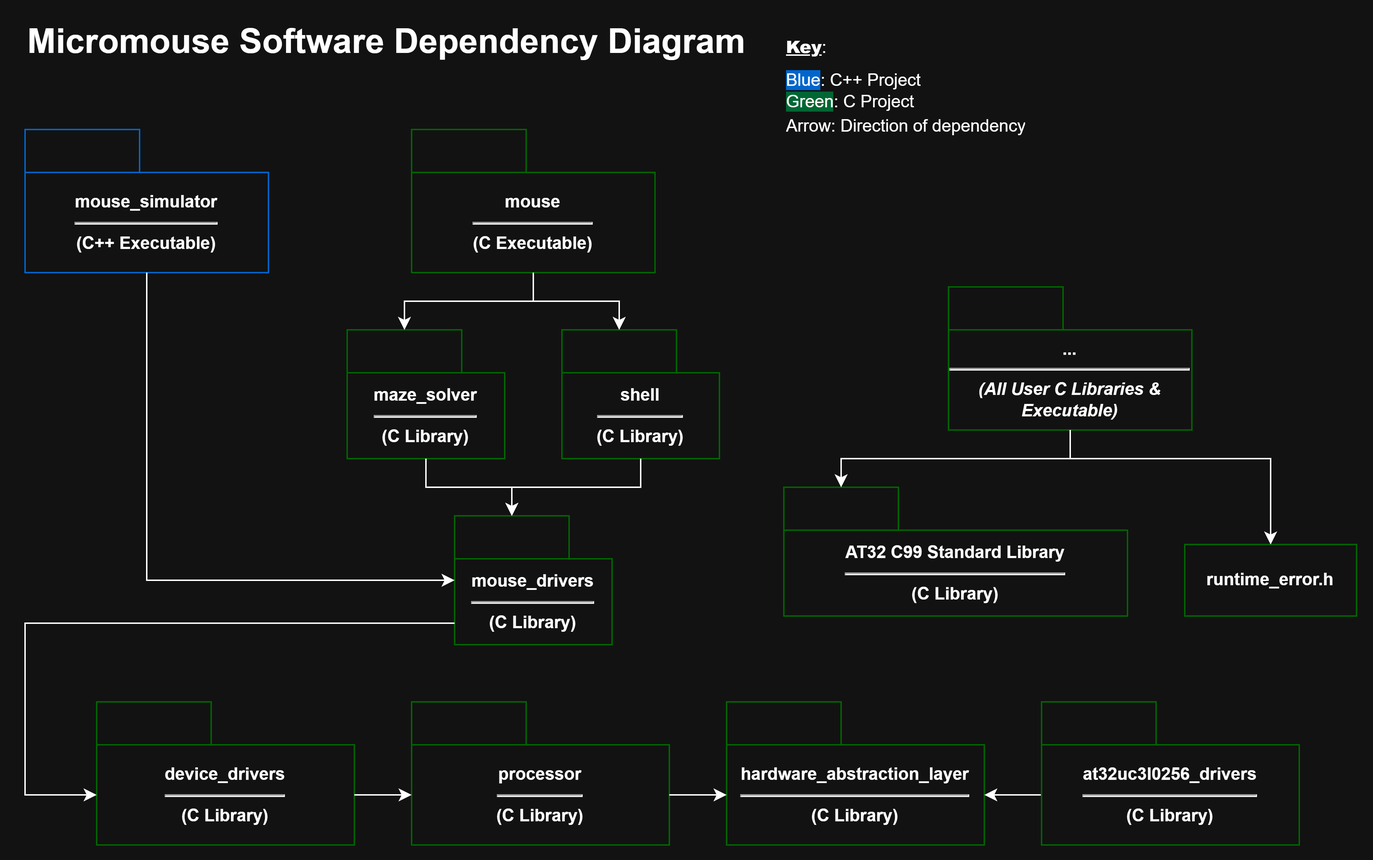
The draw.io diagram software-architecture/_images/software-architecture.drawio.png in Mouse-Unit-07/sketches, before a commit. Source tidied: cells renumbered, new cells last; positions are measured from the earlier drawing's top-left corner, leaving out a move shared by most shapes.
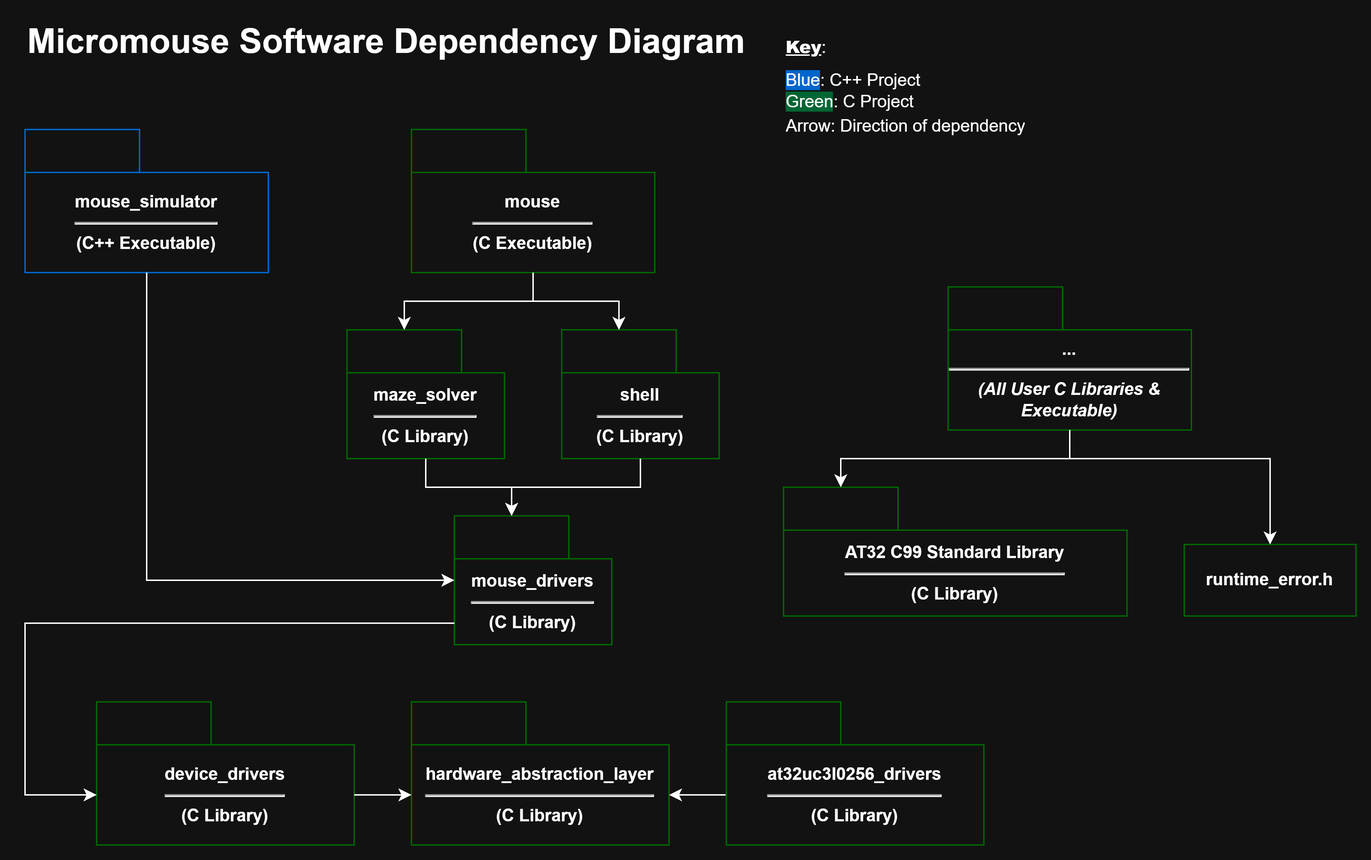
Above is the later version.

Commit message:
docs: remove initialization glue and processor layer in software architecture

Diff of the diagram source:
```diff
@@ -6,7 +6,7 @@
       <mxGeometry x="50" y="480" width="180" height="100" as="geometry" />
     </mxCell>
     <mxCell id="3" value="&lt;div&gt;hardware_abstraction_layer&lt;/div&gt;&lt;div&gt;&lt;hr&gt;&lt;/div&gt;&lt;div&gt;(C Library)&lt;/div&gt;" style="shape=folder;fontStyle=1;tabWidth=80;tabHeight=30;tabPosition=left;html=1;boundedLbl=1;whiteSpace=wrap;strokeColor=#006600;" parent="1" vertex="1">
-      <mxGeometry x="490" y="480" width="180" height="100" as="geometry" />
+      <mxGeometry x="270" y="480" width="180" height="100" as="geometry" />
     </mxCell>
     <mxCell id="4" value="&lt;div&gt;mouse_drivers&lt;/div&gt;&lt;div&gt;&lt;hr&gt;&lt;/div&gt;&lt;div&gt;(C Library)&lt;/div&gt;" style="shape=folder;fontStyle=1;tabWidth=80;tabHeight=30;tabPosition=left;html=1;boundedLbl=1;whiteSpace=wrap;strokeColor=#006600;" parent="1" vertex="1">
       <mxGeometry x="300" y="350" width="110" height="90" as="geometry" />
@@ -24,7 +24,7 @@
       <mxGeometry relative="1" as="geometry" />
     </mxCell>
     <mxCell id="9" value="&lt;div&gt;at32uc3l0256_drivers&lt;/div&gt;&lt;div&gt;&lt;hr&gt;&lt;/div&gt;&lt;div&gt;(C Library)&lt;/div&gt;" style="shape=folder;fontStyle=1;tabWidth=80;tabHeight=30;tabPosition=left;html=1;boundedLbl=1;whiteSpace=wrap;strokeColor=#006600;" parent="1" vertex="1">
-      <mxGeometry x="710" y="480" width="180" height="100" as="geometry" />
+      <mxGeometry x="490" y="480" width="180" height="100" as="geometry" />
     </mxCell>
     <mxCell id="10" value="&lt;b&gt;runtime_error.h&lt;/b&gt;" style="rounded=0;whiteSpace=wrap;html=1;strokeColor=#006600;" parent="1" vertex="1">
       <mxGeometry x="810" y="370" width="120" height="50" as="geometry" />
@@ -83,14 +83,10 @@
     <mxCell id="23" value="&lt;div style=&quot;line-height: 100%; margin-bottom: 5px;&quot;&gt;&lt;h1 style=&quot;margin-top: 0px; line-height: 100%; margin-bottom: 0px;&quot;&gt;&lt;b style=&quot;background-color: transparent; color: light-dark(rgb(0, 0, 0), rgb(255, 255, 255)); font-size: 12px;&quot;&gt;&lt;u&gt;Key&lt;/u&gt;&lt;/b&gt;&lt;span style=&quot;background-color: transparent; color: light-dark(rgb(0, 0, 0), rgb(255, 255, 255)); font-size: 12px; font-weight: normal;&quot;&gt;:&lt;/span&gt;&lt;/h1&gt;&lt;/div&gt;&lt;div style=&quot;line-height: 100%; padding-bottom: 2px; margin-bottom: 2px;&quot;&gt;&lt;div style=&quot;line-height: 100%; margin-bottom: 3px;&quot;&gt;&lt;span style=&quot;color: light-dark(rgb(0, 0, 0), rgb(255, 255, 255)); background-color: light-dark(rgb(255, 255, 255), rgb(0, 102, 204));&quot;&gt;&lt;span style=&quot;background-color: light-dark(#ffffff, var(--ge-dark-color, #121212));&quot;&gt;&lt;span style=&quot;background-color: light-dark(rgb(255, 255, 255), rgb(0, 102, 204));&quot;&gt;Blue&lt;/span&gt;&lt;/span&gt;&lt;/span&gt;&lt;span style=&quot;background-color: transparent; color: light-dark(rgb(0, 0, 0), rgb(255, 255, 255));&quot;&gt;: C++ Project&lt;/span&gt;&lt;/div&gt;&lt;div style=&quot;line-height: 100%; padding-bottom: 2px; margin-bottom: 3px;&quot;&gt;&lt;span style=&quot;background-color: light-dark(rgb(255, 255, 255), rgb(0, 102, 0));&quot;&gt;&lt;span style=&quot;background-color: light-dark(rgb(255, 255, 255), rgb(0, 102, 51));&quot;&gt;Green&lt;/span&gt;&lt;/span&gt;: C Project&lt;/div&gt;&lt;div style=&quot;line-height: 100%; padding-bottom: 2px; margin-bottom: 3px;&quot;&gt;Arrow: Direction of dependency&lt;/div&gt;&lt;div style=&quot;line-height: 100%; padding-bottom: 2px; margin-bottom: 3px;&quot;&gt;&lt;br&gt;&lt;/div&gt;&lt;/div&gt;" style="text;html=1;whiteSpace=wrap;overflow=hidden;rounded=0;" parent="1" vertex="1">
       <mxGeometry x="530" width="195" height="105" as="geometry" />
     </mxCell>
-    <mxCell id="24" value="&lt;div&gt;processor&lt;/div&gt;&lt;div&gt;&lt;hr&gt;&lt;/div&gt;&lt;div&gt;(C Library)&lt;/div&gt;" style="shape=folder;fontStyle=1;tabWidth=80;tabHeight=30;tabPosition=left;html=1;boundedLbl=1;whiteSpace=wrap;strokeColor=#006600;" parent="1" vertex="1">
-      <mxGeometry x="270" y="480" width="180" height="100" as="geometry" />
-    </mxCell>
-    <mxCell id="25" style="edgeStyle=orthogonalEdgeStyle;rounded=0;jettySize=auto;html=1;entryX=0;entryY=0;entryDx=0;entryDy=65;entryPerimeter=0;exitX=0;exitY=0;exitDx=180;exitDy=65;exitPerimeter=0;" parent="1" edge="1" source="24" target="3">
-      <mxGeometry relative="1" as="geometry" />
-    </mxCell>
-    <mxCell id="26" style="edgeStyle=orthogonalEdgeStyle;rounded=0;jettySize=auto;html=1;entryX=0;entryY=0;entryDx=0;entryDy=65;entryPerimeter=0;exitX=0;exitY=0;exitDx=180;exitDy=65;exitPerimeter=0;" parent="1" edge="1" source="2" target="24">
-      <mxGeometry relative="1" as="geometry" />
+    <mxCell id="26" style="edgeStyle=orthogonalEdgeStyle;rounded=0;jettySize=auto;html=1;entryX=0;entryY=0;entryDx=0;entryDy=65;entryPerimeter=0;exitX=0;exitY=0;exitDx=180;exitDy=65;exitPerimeter=0;" parent="1" edge="1" source="2">
+      <mxGeometry relative="1" as="geometry">
+        <mxPoint x="270" y="545" as="targetPoint" />
+      </mxGeometry>
     </mxCell>
   </root>
 </mxGraphModel>
```
